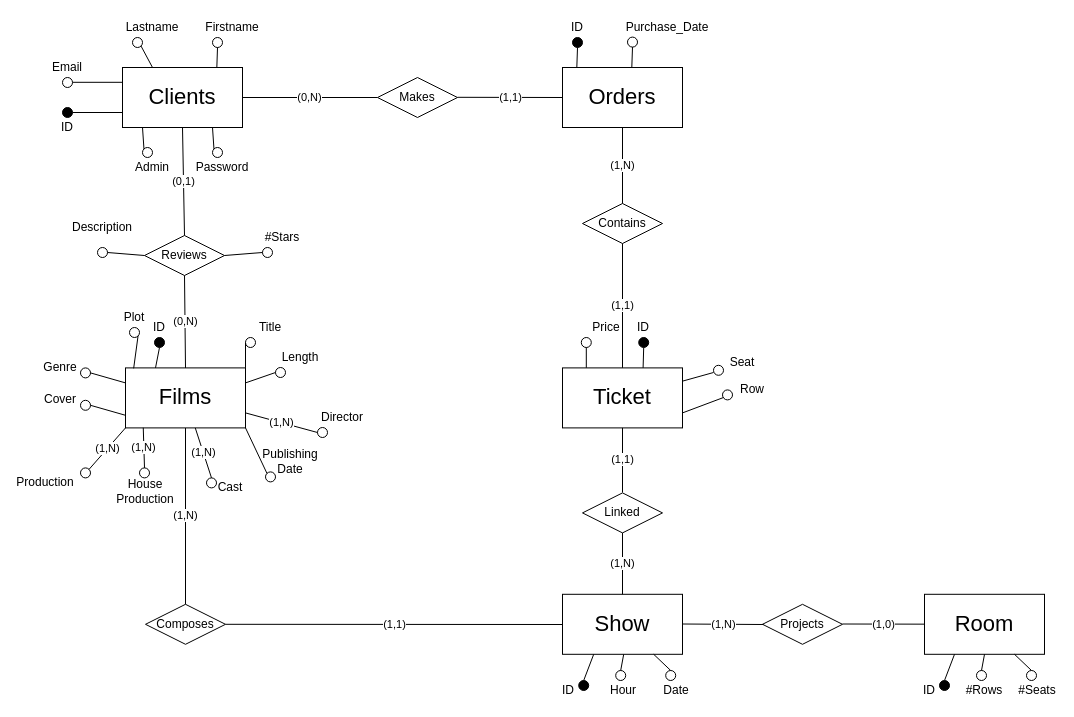
Earlier version of the draw.io diagram Sql/UniCinema.drawio (BlooDMasK/UniCinema). Source tidied: cells renumbered, new cells numbered last; positions are measured from the earlier drawing's top-left corner, leaving out a move shared by most shapes. Both pictures are drawn from the tidied source at 100%, with x=0, y=0 at pixel (25, 17).
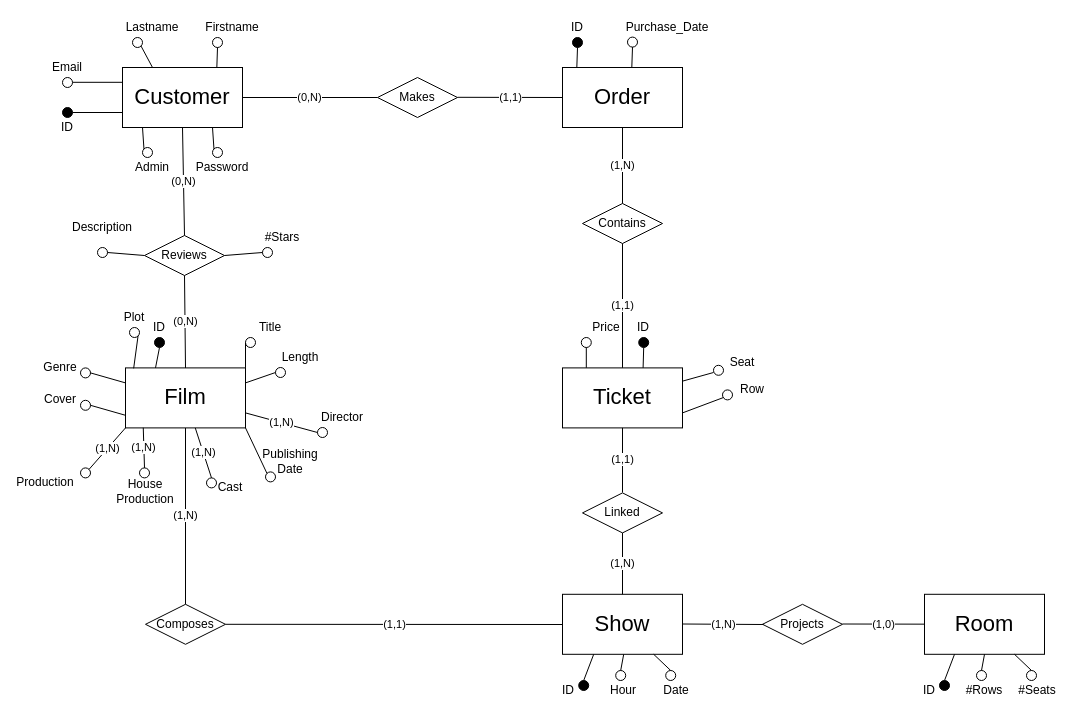
Above is the later version.

Commit message (it also covers changes not shown here):
sql: aggiornamento database

- aggiunto attributo poster alla tabella film;
- resa N a N la relazione tra account e film (review)
- modificata chiave primaria show_room (resa a due attributi, id_room e id_show)
- refactor id_client -> id_customer
- aggiunti ora e data alla recensione e resa chiave primaria a 2 attributi (id_customer e id_film)

Unchanged cells that the change refers to:
```xml
<mxCell id="82" value="Reviews" style="rhombus;whiteSpace=wrap;html=1;fillColor=none;" parent="1" vertex="1">
  <mxGeometry x="119" y="218" width="80" height="40" as="geometry" />
</mxCell>
```

What changed in the source:
```diff
@@
-    <mxCell id="2" value="&lt;font style=&quot;font-size: 22px&quot;&gt;Clients&lt;/font&gt;" style="rounded=0;whiteSpace=wrap;html=1;" parent="1" vertex="1">
+    <mxCell id="2" value="&lt;font style=&quot;font-size: 22px&quot;&gt;Customer&lt;/font&gt;" style="rounded=0;whiteSpace=wrap;html=1;" parent="1" vertex="1">
       <mxGeometry x="97" y="50" width="120" height="60" as="geometry" />
     </mxCell>
@@
-    <mxCell id="19" value="&lt;font style=&quot;font-size: 22px&quot;&gt;Orders&lt;/font&gt;" style="rounded=0;whiteSpace=wrap;html=1;" parent="1" vertex="1">
+    <mxCell id="19" value="&lt;font style=&quot;font-size: 22px&quot;&gt;Order&lt;/font&gt;" style="rounded=0;whiteSpace=wrap;html=1;" parent="1" vertex="1">
       <mxGeometry x="537" y="50" width="120" height="60" as="geometry" />
     </mxCell>
@@
-    <mxCell id="43" value="&lt;font style=&quot;font-size: 22px&quot;&gt;Films&lt;/font&gt;" style="rounded=0;whiteSpace=wrap;html=1;" parent="1" vertex="1">
+    <mxCell id="43" value="&lt;font style=&quot;font-size: 22px&quot;&gt;Film&lt;/font&gt;" style="rounded=0;whiteSpace=wrap;html=1;" parent="1" vertex="1">
       <mxGeometry x="100" y="350.4" width="120" height="60" as="geometry" />
     </mxCell>
@@
-    <mxCell id="84" value="(0,1)" style="endArrow=none;html=1;entryX=0.5;entryY=1;entryDx=0;entryDy=0;exitX=0.5;exitY=0;exitDx=0;exitDy=0;" parent="1" edge="1" source="82" target="2">
-      <mxGeometry relative="1" as="geometry" />
+    <mxCell id="84" value="(0,N)" style="endArrow=none;html=1;entryX=0.5;entryY=1;entryDx=0;entryDy=0;exitX=0.5;exitY=0;exitDx=0;exitDy=0;" parent="1" edge="1">
+      <mxGeometry relative="1" as="geometry">
+        <mxPoint x="159" y="218" as="sourcePoint" />
+        <mxPoint x="157" y="110" as="targetPoint" />
+      </mxGeometry>
     </mxCell>
```
